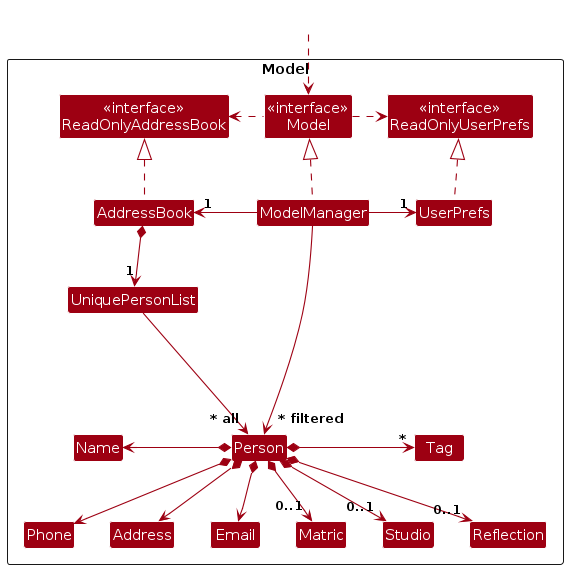
This is diagrams/ModelClassDiagram.png from AY2324S2-CS2103T-T10-1/tp, a PlantUML export, as it was before one commit. Its source is kept beside it as diagrams/ModelClassDiagram.puml.
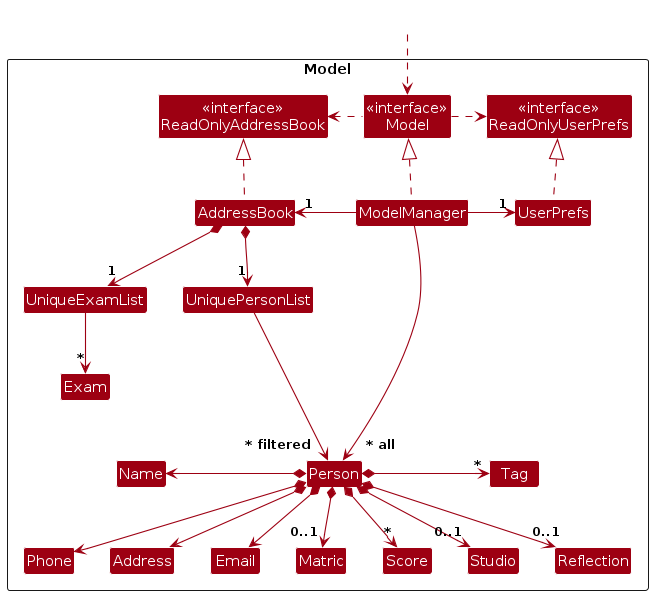
The same file after the commit.

Diff of the diagram source:
```diff
@@ -13,6 +13,7 @@
 Class UserPrefs
 
 Class UniquePersonList
+Class UniqueExamList
 Class Person
 Class Address
 Class Email
@@ -22,6 +23,8 @@
 Class Studio
 Class Reflection
 Class Tag
+Class Exam
+Class Score
 
 Class I #FFFFFF
 }
@@ -39,16 +42,19 @@
 UserPrefs .up.|> ReadOnlyUserPrefs
 
 AddressBook *--> "1" UniquePersonList
-UniquePersonList --> "~* all" Person
+AddressBook *--> "1" UniqueExamList
+UniquePersonList -[hidden]left-> UniqueExamList
+UniquePersonList --> "      ~* all" Person
+UniqueExamList --> "*" Exam
 Person *-l-> Name
 Person *--> Phone
 Person *--> Email
 Person *--> Address
 Person *--> "0..1" Matric
 Person *--> "0..1" Studio
-Person *--> "0..1" Reflection
+Person *--> "  0..1" Reflection
 Person *-r-> "*" Tag
-
+Person *--> "*" Score
 
 Person -[hidden]up--> I
 UniquePersonList -[hidden]right-> I
@@ -61,5 +67,5 @@
 Studio -[hidden]right-> Reflection
 Reflection -[hidden]up-> Tag
 
-ModelManager --> "~* filtered" Person
+ModelManager --> "~* filtered    " Person
 @enduml
```
